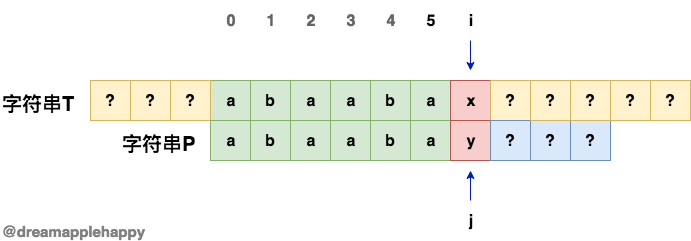
This is 2019/03/23/images/kmp-1.png from dreamapplehappy/blog, a draw.io export, as it was before one commit. Source tidied: cells renumbered, new cells last; positions are measured from the earlier drawing's top-left corner, leaving out a move shared by most shapes. Its diagram source:
```xml
<mxGraphModel>
  <root>
    <mxCell id="0" />
    <mxCell id="1" parent="0" />
    <mxCell id="2" value="b" style="whiteSpace=wrap;html=1;fillColor=#d5e8d4;strokeColor=#82b366;fontStyle=1;fontSize=16;" parent="1" vertex="1">
      <mxGeometry x="250" y="80" width="40" height="40" as="geometry" />
    </mxCell>
    <mxCell id="3" value="a" style="whiteSpace=wrap;html=1;fillColor=#d5e8d4;strokeColor=#82b366;fontStyle=1;fontSize=16;" parent="1" vertex="1">
      <mxGeometry x="290" y="80" width="40" height="40" as="geometry" />
    </mxCell>
    <mxCell id="4" value="a" style="whiteSpace=wrap;html=1;fillColor=#d5e8d4;strokeColor=#82b366;fontStyle=1;fontSize=16;" parent="1" vertex="1">
      <mxGeometry x="330" y="80" width="40" height="40" as="geometry" />
    </mxCell>
    <mxCell id="5" value="b" style="whiteSpace=wrap;html=1;fillColor=#d5e8d4;strokeColor=#82b366;fontStyle=1;fontSize=16;" parent="1" vertex="1">
      <mxGeometry x="370" y="80" width="40" height="40" as="geometry" />
    </mxCell>
    <mxCell id="6" value="a" style="whiteSpace=wrap;html=1;fillColor=#d5e8d4;strokeColor=#82b366;fontStyle=1;fontSize=16;" parent="1" vertex="1">
      <mxGeometry x="410" y="80" width="40" height="40" as="geometry" />
    </mxCell>
    <mxCell id="7" value="x" style="whiteSpace=wrap;html=1;fillColor=#f8cecc;strokeColor=#b85450;fontStyle=1;fontSize=16;" parent="1" vertex="1">
      <mxGeometry x="450" y="80" width="40" height="40" as="geometry" />
    </mxCell>
    <mxCell id="8" value="?" style="whiteSpace=wrap;html=1;fillColor=#fff2cc;strokeColor=#d6b656;fontStyle=1;fontSize=16;" parent="1" vertex="1">
      <mxGeometry x="490" y="80" width="40" height="40" as="geometry" />
    </mxCell>
    <mxCell id="9" value="a" style="whiteSpace=wrap;html=1;fillColor=#d5e8d4;strokeColor=#82b366;fontStyle=1;fontSize=16;" parent="1" vertex="1">
      <mxGeometry x="210" y="80" width="40" height="40" as="geometry" />
    </mxCell>
    <mxCell id="10" value="?" style="whiteSpace=wrap;html=1;fillColor=#fff2cc;strokeColor=#d6b656;fontStyle=1;fontSize=16;" parent="1" vertex="1">
      <mxGeometry x="130" y="80" width="40" height="40" as="geometry" />
    </mxCell>
    <mxCell id="11" value="?" style="whiteSpace=wrap;html=1;fillColor=#fff2cc;strokeColor=#d6b656;fontStyle=1;fontSize=16;" parent="1" vertex="1">
      <mxGeometry x="170" y="80" width="40" height="40" as="geometry" />
    </mxCell>
    <mxCell id="12" value="?" style="whiteSpace=wrap;html=1;fillColor=#fff2cc;strokeColor=#d6b656;fontStyle=1;fontSize=16;" parent="1" vertex="1">
      <mxGeometry x="90" y="80" width="40" height="40" as="geometry" />
    </mxCell>
    <mxCell id="13" value="b" style="whiteSpace=wrap;html=1;fillColor=#d5e8d4;strokeColor=#82b366;fontStyle=1;fontSize=16;" parent="1" vertex="1">
      <mxGeometry x="370" y="120" width="40" height="40" as="geometry" />
    </mxCell>
    <mxCell id="14" value="a" style="whiteSpace=wrap;html=1;fillColor=#d5e8d4;strokeColor=#82b366;fontStyle=1;fontSize=16;" parent="1" vertex="1">
      <mxGeometry x="410" y="120" width="40" height="40" as="geometry" />
    </mxCell>
    <mxCell id="15" value="y" style="whiteSpace=wrap;html=1;fillColor=#f8cecc;strokeColor=#b85450;fontStyle=1;fontSize=16;" parent="1" vertex="1">
      <mxGeometry x="450" y="120" width="40" height="40" as="geometry" />
    </mxCell>
    <mxCell id="16" value="?" style="whiteSpace=wrap;html=1;fillColor=#dae8fc;strokeColor=#6c8ebf;fontStyle=1;fontSize=16;" parent="1" vertex="1">
      <mxGeometry x="490" y="120" width="40" height="40" as="geometry" />
    </mxCell>
    <mxCell id="17" value="?" style="whiteSpace=wrap;html=1;fillColor=#dae8fc;strokeColor=#6c8ebf;fontStyle=1;fontSize=16;" parent="1" vertex="1">
      <mxGeometry x="530" y="120" width="40" height="40" as="geometry" />
    </mxCell>
    <mxCell id="18" value="?" style="whiteSpace=wrap;html=1;fillColor=#dae8fc;strokeColor=#6c8ebf;fontStyle=1;fontSize=16;" parent="1" vertex="1">
      <mxGeometry x="570" y="120" width="40" height="40" as="geometry" />
    </mxCell>
    <mxCell id="19" value="?" style="whiteSpace=wrap;html=1;fillColor=#fff2cc;strokeColor=#d6b656;fontStyle=1;fontSize=16;" parent="1" vertex="1">
      <mxGeometry x="530" y="80" width="40" height="40" as="geometry" />
    </mxCell>
    <mxCell id="20" value="a" style="whiteSpace=wrap;html=1;fillColor=#d5e8d4;strokeColor=#82b366;fontStyle=1;fontSize=16;" parent="1" vertex="1">
      <mxGeometry x="330" y="120" width="40" height="40" as="geometry" />
    </mxCell>
    <mxCell id="21" value="b" style="whiteSpace=wrap;html=1;fillColor=#d5e8d4;strokeColor=#82b366;fontStyle=1;fontSize=16;" parent="1" vertex="1">
      <mxGeometry x="250" y="120" width="40" height="40" as="geometry" />
    </mxCell>
    <mxCell id="22" value="a" style="whiteSpace=wrap;html=1;fillColor=#d5e8d4;strokeColor=#82b366;fontStyle=1;fontSize=16;" parent="1" vertex="1">
      <mxGeometry x="290" y="120" width="40" height="40" as="geometry" />
    </mxCell>
    <mxCell id="23" value="a" style="whiteSpace=wrap;html=1;fillColor=#d5e8d4;strokeColor=#82b366;fontStyle=1;fontSize=16;" parent="1" vertex="1">
      <mxGeometry x="210" y="120" width="40" height="40" as="geometry" />
    </mxCell>
    <mxCell id="24" value="?" style="whiteSpace=wrap;html=1;fillColor=#fff2cc;strokeColor=#d6b656;fontStyle=1;fontSize=16;" parent="1" vertex="1">
      <mxGeometry x="570" y="80" width="40" height="40" as="geometry" />
    </mxCell>
    <mxCell id="25" value="?" style="whiteSpace=wrap;html=1;fillColor=#fff2cc;strokeColor=#d6b656;fontStyle=1;fontSize=16;" parent="1" vertex="1">
      <mxGeometry x="610" y="80" width="40" height="40" as="geometry" />
    </mxCell>
    <mxCell id="26" value="?" style="whiteSpace=wrap;html=1;fillColor=#fff2cc;strokeColor=#d6b656;fontStyle=1;fontSize=16;" parent="1" vertex="1">
      <mxGeometry x="650" y="80" width="40" height="40" as="geometry" />
    </mxCell>
    <mxCell id="27" value="@dreamapplehappy" style="text;html=1;align=left;verticalAlign=top;spacingTop=-4;fontColor=#808080;fontStyle=1;fontSize=15;" parent="1" vertex="1">
      <mxGeometry y="220" width="120" height="20" as="geometry" />
    </mxCell>
    <mxCell id="28" value="&lt;font style=&quot;font-size: 20px&quot;&gt;字符串T&lt;/font&gt;" style="text;html=1;align=left;verticalAlign=top;spacingTop=-4;fontColor=#000000;fontStyle=1;" parent="1" vertex="1">
      <mxGeometry y="90" width="90" height="20" as="geometry" />
    </mxCell>
    <mxCell id="29" value="&lt;font style=&quot;font-size: 20px&quot;&gt;字符串P&lt;/font&gt;" style="text;html=1;align=left;verticalAlign=top;spacingTop=-4;fontColor=#000000;fontStyle=1;" parent="1" vertex="1">
      <mxGeometry x="120" y="130" width="90" height="20" as="geometry" />
    </mxCell>
    <mxCell id="30" value="1" style="whiteSpace=wrap;html=1;fontStyle=1;fontSize=16;fillColor=#ffffff;comic=0;strokeColor=none;fontColor=#666666;" parent="1" vertex="1">
      <mxGeometry x="250" width="40" height="40" as="geometry" />
    </mxCell>
    <mxCell id="31" value="2" style="whiteSpace=wrap;html=1;fontStyle=1;fontSize=16;fillColor=#ffffff;comic=0;strokeColor=none;fontColor=#666666;" parent="1" vertex="1">
      <mxGeometry x="290" width="40" height="40" as="geometry" />
    </mxCell>
    <mxCell id="32" value="3" style="whiteSpace=wrap;html=1;fontStyle=1;fontSize=16;fillColor=#ffffff;comic=0;strokeColor=none;fontColor=#666666;" parent="1" vertex="1">
      <mxGeometry x="330" width="40" height="40" as="geometry" />
    </mxCell>
    <mxCell id="33" value="4" style="whiteSpace=wrap;html=1;fontStyle=1;fontSize=16;fillColor=#ffffff;comic=0;strokeColor=none;fontColor=#666666;" parent="1" vertex="1">
      <mxGeometry x="370" width="40" height="40" as="geometry" />
    </mxCell>
    <mxCell id="34" value="5" style="whiteSpace=wrap;html=1;fontStyle=1;fontSize=16;fillColor=#ffffff;comic=0;strokeColor=none;" parent="1" vertex="1">
      <mxGeometry x="410" width="40" height="40" as="geometry" />
    </mxCell>
    <mxCell id="35" value="0" style="whiteSpace=wrap;html=1;fontStyle=1;fontSize=16;fillColor=#ffffff;comic=0;strokeColor=none;fontColor=#666666;" parent="1" vertex="1">
      <mxGeometry x="210" width="40" height="40" as="geometry" />
    </mxCell>
    <mxCell id="36" value="i" style="whiteSpace=wrap;html=1;fontStyle=1;fontSize=16;fillColor=#ffffff;comic=0;strokeColor=none;fontColor=#000000;" parent="1" vertex="1">
      <mxGeometry x="450" width="40" height="40" as="geometry" />
    </mxCell>
    <mxCell id="37" value="j" style="whiteSpace=wrap;html=1;fontStyle=1;fontSize=16;fillColor=#ffffff;comic=0;strokeColor=none;" parent="1" vertex="1">
      <mxGeometry x="450" y="200" width="40" height="40" as="geometry" />
    </mxCell>
    <mxCell id="38" style="endArrow=classic;html=1;fontSize=16;fontColor=#000000;exitX=0.5;exitY=1;exitDx=0;exitDy=0;fillColor=#0050ef;strokeColor=#001DBC;" parent="1" edge="1" source="36">
      <mxGeometry relative="1" as="geometry">
        <mxPoint x="470" y="70" as="targetPoint" />
      </mxGeometry>
    </mxCell>
    <mxCell id="39" style="endArrow=classic;html=1;fontSize=16;fontColor=#000000;exitX=0.5;exitY=0;exitDx=0;exitDy=0;fillColor=#0050ef;strokeColor=#001DBC;" parent="1" edge="1" source="37">
      <mxGeometry relative="1" as="geometry">
        <mxPoint x="470" y="170" as="targetPoint" />
      </mxGeometry>
    </mxCell>
  </root>
</mxGraphModel>
```
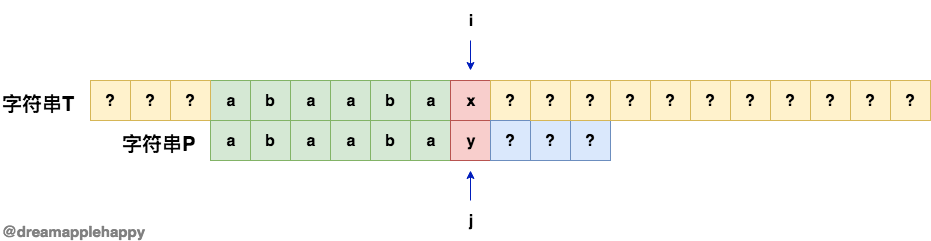
Above is the later version.

Diff of the diagram source:
```diff
@@ -86,24 +86,6 @@
     <mxCell id="29" value="&lt;font style=&quot;font-size: 20px&quot;&gt;字符串P&lt;/font&gt;" style="text;html=1;align=left;verticalAlign=top;spacingTop=-4;fontColor=#000000;fontStyle=1;" parent="1" vertex="1">
       <mxGeometry x="120" y="130" width="90" height="20" as="geometry" />
     </mxCell>
-    <mxCell id="30" value="1" style="whiteSpace=wrap;html=1;fontStyle=1;fontSize=16;fillColor=#ffffff;comic=0;strokeColor=none;fontColor=#666666;" parent="1" vertex="1">
-      <mxGeometry x="250" width="40" height="40" as="geometry" />
-    </mxCell>
-    <mxCell id="31" value="2" style="whiteSpace=wrap;html=1;fontStyle=1;fontSize=16;fillColor=#ffffff;comic=0;strokeColor=none;fontColor=#666666;" parent="1" vertex="1">
-      <mxGeometry x="290" width="40" height="40" as="geometry" />
-    </mxCell>
-    <mxCell id="32" value="3" style="whiteSpace=wrap;html=1;fontStyle=1;fontSize=16;fillColor=#ffffff;comic=0;strokeColor=none;fontColor=#666666;" parent="1" vertex="1">
-      <mxGeometry x="330" width="40" height="40" as="geometry" />
-    </mxCell>
-    <mxCell id="33" value="4" style="whiteSpace=wrap;html=1;fontStyle=1;fontSize=16;fillColor=#ffffff;comic=0;strokeColor=none;fontColor=#666666;" parent="1" vertex="1">
-      <mxGeometry x="370" width="40" height="40" as="geometry" />
-    </mxCell>
-    <mxCell id="34" value="5" style="whiteSpace=wrap;html=1;fontStyle=1;fontSize=16;fillColor=#ffffff;comic=0;strokeColor=none;" parent="1" vertex="1">
-      <mxGeometry x="410" width="40" height="40" as="geometry" />
-    </mxCell>
-    <mxCell id="35" value="0" style="whiteSpace=wrap;html=1;fontStyle=1;fontSize=16;fillColor=#ffffff;comic=0;strokeColor=none;fontColor=#666666;" parent="1" vertex="1">
-      <mxGeometry x="210" width="40" height="40" as="geometry" />
-    </mxCell>
     <mxCell id="36" value="i" style="whiteSpace=wrap;html=1;fontStyle=1;fontSize=16;fillColor=#ffffff;comic=0;strokeColor=none;fontColor=#000000;" parent="1" vertex="1">
       <mxGeometry x="450" width="40" height="40" as="geometry" />
     </mxCell>
@@ -120,5 +102,23 @@
         <mxPoint x="470" y="170" as="targetPoint" />
       </mxGeometry>
     </mxCell>
+    <mxCell id="40" value="?" style="whiteSpace=wrap;html=1;fillColor=#fff2cc;strokeColor=#d6b656;fontStyle=1;fontSize=16;" parent="1" vertex="1">
+      <mxGeometry x="690" y="80" width="40" height="40" as="geometry" />
+    </mxCell>
+    <mxCell id="41" value="?" style="whiteSpace=wrap;html=1;fillColor=#fff2cc;strokeColor=#d6b656;fontStyle=1;fontSize=16;" parent="1" vertex="1">
+      <mxGeometry x="730" y="80" width="40" height="40" as="geometry" />
+    </mxCell>
+    <mxCell id="42" value="?" style="whiteSpace=wrap;html=1;fillColor=#fff2cc;strokeColor=#d6b656;fontStyle=1;fontSize=16;" parent="1" vertex="1">
+      <mxGeometry x="770" y="80" width="40" height="40" as="geometry" />
+    </mxCell>
+    <mxCell id="43" value="?" style="whiteSpace=wrap;html=1;fillColor=#fff2cc;strokeColor=#d6b656;fontStyle=1;fontSize=16;" parent="1" vertex="1">
+      <mxGeometry x="810" y="80" width="40" height="40" as="geometry" />
+    </mxCell>
+    <mxCell id="44" value="?" style="whiteSpace=wrap;html=1;fillColor=#fff2cc;strokeColor=#d6b656;fontStyle=1;fontSize=16;" parent="1" vertex="1">
+      <mxGeometry x="850" y="80" width="40" height="40" as="geometry" />
+    </mxCell>
+    <mxCell id="45" value="?" style="whiteSpace=wrap;html=1;fillColor=#fff2cc;strokeColor=#d6b656;fontStyle=1;fontSize=16;" parent="1" vertex="1">
+      <mxGeometry x="890" y="80" width="40" height="40" as="geometry" />
+    </mxCell>
   </root>
 </mxGraphModel>
```
